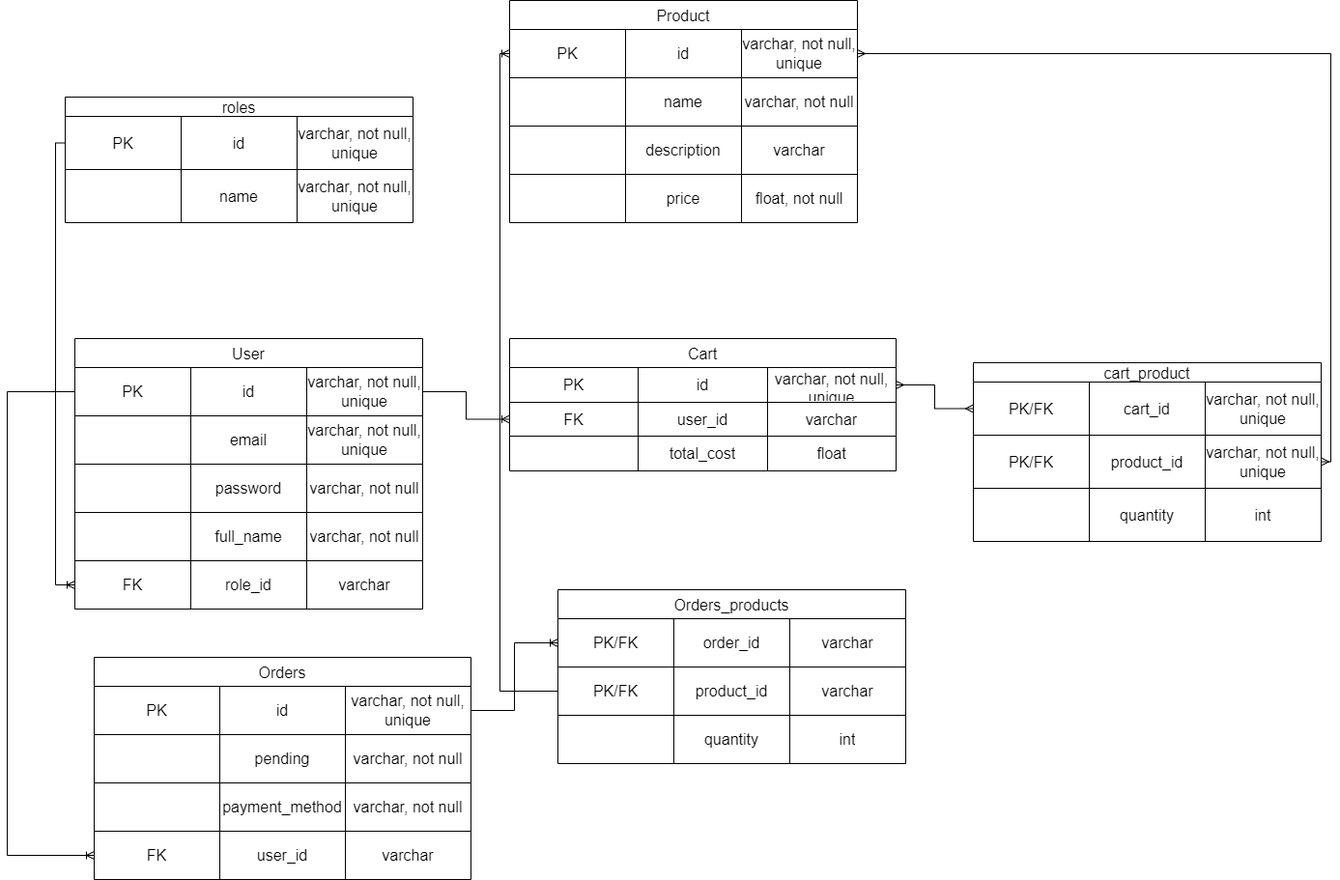
This is src/main/resources/db/shopERD.png from 040824-JAVA-SQL-REST/shop-project-tyler, a draw.io export, as it was before one commit. Source tidied: cells renumbered, new cells last; positions are measured from the earlier drawing's top-left corner, leaving out a move shared by most shapes.
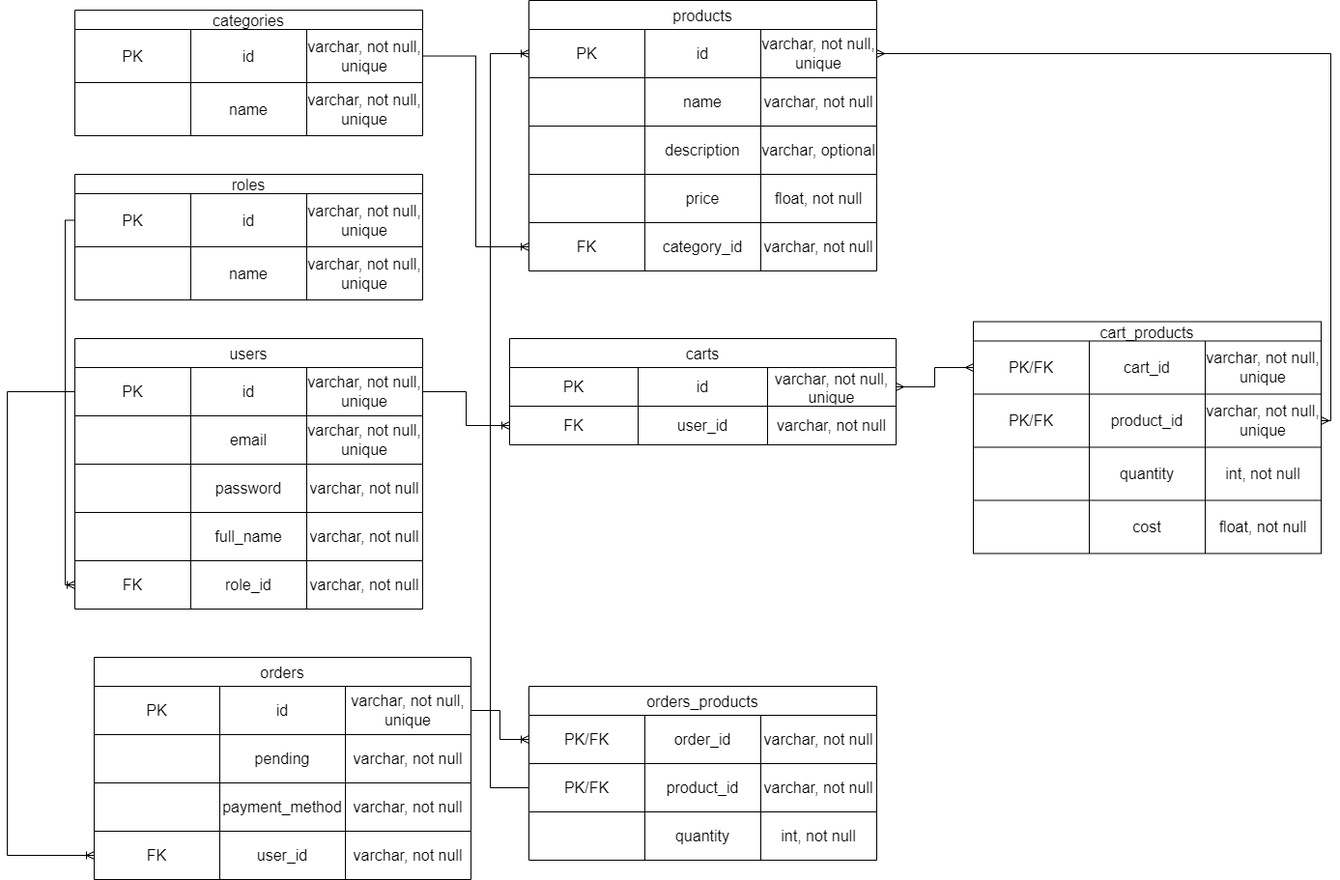
Later version of the same file.

Change to the diagram source:
```diff
@@ -7,3 +7,3 @@
     </mxCell>
-    <mxCell id="3" value="User" style="shape=table;startSize=30;strokeColor=default;fontSize=16;" parent="1" vertex="1">
+    <mxCell id="3" value="users" style="shape=table;startSize=30;strokeColor=default;fontSize=16;" parent="1" vertex="1">
       <mxGeometry x="70" y="350" width="360" height="280" as="geometry" />
@@ -67,3 +67,3 @@
     </mxCell>
-    <mxCell id="23" value="varchar" style="shape=partialRectangle;html=1;whiteSpace=wrap;strokeColor=inherit;overflow=hidden;fillColor=none;top=0;left=0;bottom=0;right=0;fontSize=16;" parent="20" vertex="1">
+    <mxCell id="23" value="varchar, not null" style="shape=partialRectangle;html=1;whiteSpace=wrap;strokeColor=inherit;overflow=hidden;fillColor=none;top=0;left=0;bottom=0;right=0;fontSize=16;" parent="20" vertex="1">
       <mxGeometry x="240" width="120" height="50" as="geometry" />
@@ -71,3 +71,3 @@
     <mxCell id="24" value="roles" style="shape=table;startSize=20;strokeColor=default;fontSize=16;" parent="1" vertex="1">
-      <mxGeometry x="60" y="100" width="360" height="130" as="geometry" />
+      <mxGeometry x="70" y="180" width="360" height="130" as="geometry" />
     </mxCell>
@@ -97,4 +97,4 @@
     </mxCell>
-    <mxCell id="33" value="Product" style="shape=table;startSize=30;strokeColor=default;fontSize=16;" parent="1" vertex="1">
-      <mxGeometry x="520" width="360" height="230" as="geometry" />
+    <mxCell id="33" value="products" style="shape=table;startSize=30;strokeColor=default;fontSize=16;" parent="1" vertex="1">
+      <mxGeometry x="540" width="360" height="280" as="geometry" />
     </mxCell>
@@ -133,3 +133,3 @@
     </mxCell>
-    <mxCell id="45" value="varchar" style="shape=partialRectangle;html=1;whiteSpace=wrap;strokeColor=inherit;overflow=hidden;fillColor=none;top=0;left=0;bottom=0;right=0;fontSize=16;" parent="42" vertex="1">
+    <mxCell id="45" value="varchar, optional" style="shape=partialRectangle;html=1;whiteSpace=wrap;strokeColor=inherit;overflow=hidden;fillColor=none;top=0;left=0;bottom=0;right=0;fontSize=16;" parent="42" vertex="1">
       <mxGeometry x="240" width="120" height="50" as="geometry" />
@@ -148,41 +148,41 @@
     </mxCell>
+    <mxCell id="113" style="shape=tableRow;horizontal=0;startSize=0;swimlaneHead=0;swimlaneBody=0;strokeColor=inherit;top=0;left=0;bottom=0;right=0;fillColor=none;points=[[0,0.5],[1,0.5]];portConstraint=eastwest;fontSize=16;" parent="33" vertex="1">
+      <mxGeometry y="230" width="360" height="50" as="geometry" />
+    </mxCell>
+    <mxCell id="114" value="FK" style="shape=partialRectangle;html=1;whiteSpace=wrap;strokeColor=inherit;overflow=hidden;fillColor=none;top=0;left=0;bottom=0;right=0;fontSize=16;" parent="113" vertex="1">
+      <mxGeometry width="120" height="50" as="geometry" />
+    </mxCell>
+    <mxCell id="115" value="category_id" style="shape=partialRectangle;html=1;whiteSpace=wrap;strokeColor=inherit;overflow=hidden;fillColor=none;top=0;left=0;bottom=0;right=0;fontSize=16;" parent="113" vertex="1">
+      <mxGeometry x="120" width="120" height="50" as="geometry" />
+    </mxCell>
+    <mxCell id="116" value="varchar, not null" style="shape=partialRectangle;html=1;whiteSpace=wrap;strokeColor=inherit;overflow=hidden;fillColor=none;top=0;left=0;bottom=0;right=0;fontSize=16;" parent="113" vertex="1">
+      <mxGeometry x="240" width="120" height="50" as="geometry" />
+    </mxCell>
-    <mxCell id="50" value="Cart" style="shape=table;startSize=30;strokeColor=default;fontSize=16;" parent="1" vertex="1">
-      <mxGeometry x="520" y="350" width="400" height="137" as="geometry" />
+    <mxCell id="50" value="carts" style="shape=table;startSize=30;strokeColor=default;fontSize=16;" parent="1" vertex="1">
+      <mxGeometry x="520" y="350" width="400" height="110" as="geometry" />
     </mxCell>
     <mxCell id="51" style="shape=tableRow;horizontal=0;startSize=0;swimlaneHead=0;swimlaneBody=0;strokeColor=inherit;top=0;left=0;bottom=0;right=0;fillColor=none;points=[[0,0.5],[1,0.5]];portConstraint=eastwest;fontSize=16;" parent="50" vertex="1">
-      <mxGeometry y="30" width="400" height="36" as="geometry" />
+      <mxGeometry y="30" width="400" height="40" as="geometry" />
     </mxCell>
     <mxCell id="52" value="PK" style="shape=partialRectangle;html=1;whiteSpace=wrap;strokeColor=inherit;overflow=hidden;fillColor=none;top=0;left=0;bottom=0;right=0;fontSize=16;" parent="51" vertex="1">
-      <mxGeometry width="133" height="36" as="geometry" />
+      <mxGeometry width="133" height="40" as="geometry" />
     </mxCell>
     <mxCell id="53" value="id" style="shape=partialRectangle;html=1;whiteSpace=wrap;strokeColor=inherit;overflow=hidden;fillColor=none;top=0;left=0;bottom=0;right=0;fontSize=16;" parent="51" vertex="1">
-      <mxGeometry x="133" width="134" height="36" as="geometry" />
+      <mxGeometry x="133" width="134" height="40" as="geometry" />
     </mxCell>
     <mxCell id="54" value="varchar, not null, unique" style="shape=partialRectangle;html=1;whiteSpace=wrap;strokeColor=inherit;overflow=hidden;fillColor=none;top=0;left=0;bottom=0;right=0;fontSize=16;" parent="51" vertex="1">
-      <mxGeometry x="267" width="133" height="36" as="geometry" />
+      <mxGeometry x="267" width="133" height="40" as="geometry" />
     </mxCell>
     <mxCell id="55" style="shape=tableRow;horizontal=0;startSize=0;swimlaneHead=0;swimlaneBody=0;strokeColor=inherit;top=0;left=0;bottom=0;right=0;fillColor=none;points=[[0,0.5],[1,0.5]];portConstraint=eastwest;fontSize=16;" parent="50" vertex="1">
-      <mxGeometry y="66" width="400" height="35" as="geometry" />
+      <mxGeometry y="70" width="400" height="40" as="geometry" />
     </mxCell>
     <mxCell id="56" value="FK" style="shape=partialRectangle;html=1;whiteSpace=wrap;strokeColor=inherit;overflow=hidden;fillColor=none;top=0;left=0;bottom=0;right=0;fontSize=16;" parent="55" vertex="1">
-      <mxGeometry width="133" height="35" as="geometry" />
+      <mxGeometry width="133" height="40" as="geometry" />
     </mxCell>
     <mxCell id="57" value="user_id" style="shape=partialRectangle;html=1;whiteSpace=wrap;strokeColor=inherit;overflow=hidden;fillColor=none;top=0;left=0;bottom=0;right=0;fontSize=16;" parent="55" vertex="1">
-      <mxGeometry x="133" width="134" height="35" as="geometry" />
+      <mxGeometry x="133" width="134" height="40" as="geometry" />
     </mxCell>
-    <mxCell id="58" value="varchar" style="shape=partialRectangle;html=1;whiteSpace=wrap;strokeColor=inherit;overflow=hidden;fillColor=none;top=0;left=0;bottom=0;right=0;fontSize=16;" parent="55" vertex="1">
-      <mxGeometry x="267" width="133" height="35" as="geometry" />
+    <mxCell id="58" value="varchar, not null" style="shape=partialRectangle;html=1;whiteSpace=wrap;strokeColor=inherit;overflow=hidden;fillColor=none;top=0;left=0;bottom=0;right=0;fontSize=16;" parent="55" vertex="1">
+      <mxGeometry x="267" width="133" height="40" as="geometry" />
     </mxCell>
-    <mxCell id="59" style="shape=tableRow;horizontal=0;startSize=0;swimlaneHead=0;swimlaneBody=0;strokeColor=inherit;top=0;left=0;bottom=0;right=0;fillColor=none;fontSize=16;" parent="50" vertex="1">
-      <mxGeometry y="101" width="400" height="36" as="geometry" />
-    </mxCell>
-    <mxCell id="60" style="shape=partialRectangle;html=1;whiteSpace=wrap;strokeColor=inherit;overflow=hidden;fillColor=none;top=0;left=0;bottom=0;right=0;fontSize=16;" parent="59" vertex="1">
-      <mxGeometry width="133" height="36" as="geometry" />
-    </mxCell>
-    <mxCell id="61" value="total_cost" style="shape=partialRectangle;html=1;whiteSpace=wrap;strokeColor=inherit;overflow=hidden;fillColor=none;top=0;left=0;bottom=0;right=0;fontSize=16;" parent="59" vertex="1">
-      <mxGeometry x="133" width="134" height="36" as="geometry" />
-    </mxCell>
-    <mxCell id="62" value="float" style="shape=partialRectangle;html=1;whiteSpace=wrap;strokeColor=inherit;overflow=hidden;fillColor=none;top=0;left=0;bottom=0;right=0;fontSize=16;" parent="59" vertex="1">
-      <mxGeometry x="267" width="133" height="36" as="geometry" />
-    </mxCell>
     <mxCell id="63" style="edgeStyle=orthogonalEdgeStyle;fontSize=12;html=1;endArrow=ERoneToMany;rounded=0;exitX=0;exitY=0.5;exitDx=0;exitDy=0;entryX=0;entryY=0.5;entryDx=0;entryDy=0;" parent="1" edge="1" source="25" target="20">
@@ -190,4 +190,4 @@
     </mxCell>
-    <mxCell id="64" value="cart_product" style="shape=table;startSize=20;strokeColor=default;fontSize=16;" parent="1" vertex="1">
-      <mxGeometry x="1000" y="375" width="360" height="185" as="geometry" />
+    <mxCell id="64" value="cart_products" style="shape=table;startSize=20;strokeColor=default;fontSize=16;" parent="1" vertex="1">
+      <mxGeometry x="1000" y="332.5" width="360" height="240" as="geometry" />
     </mxCell>
@@ -226,5 +226,17 @@
     </mxCell>
-    <mxCell id="76" value="int" style="shape=partialRectangle;html=1;whiteSpace=wrap;strokeColor=inherit;overflow=hidden;fillColor=none;top=0;left=0;bottom=0;right=0;fontSize=16;" parent="73" vertex="1">
+    <mxCell id="76" value="int, not null" style="shape=partialRectangle;html=1;whiteSpace=wrap;strokeColor=inherit;overflow=hidden;fillColor=none;top=0;left=0;bottom=0;right=0;fontSize=16;" parent="73" vertex="1">
       <mxGeometry x="240" width="120" height="55" as="geometry" />
     </mxCell>
+    <mxCell id="117" style="shape=tableRow;horizontal=0;startSize=0;swimlaneHead=0;swimlaneBody=0;strokeColor=inherit;top=0;left=0;bottom=0;right=0;fillColor=none;fontSize=16;" parent="64" vertex="1">
+      <mxGeometry y="185" width="360" height="55" as="geometry" />
+    </mxCell>
+    <mxCell id="118" style="shape=partialRectangle;html=1;whiteSpace=wrap;strokeColor=inherit;overflow=hidden;fillColor=none;top=0;left=0;bottom=0;right=0;fontSize=16;" parent="117" vertex="1">
+      <mxGeometry width="120" height="55" as="geometry" />
+    </mxCell>
+    <mxCell id="119" value="cost" style="shape=partialRectangle;html=1;whiteSpace=wrap;strokeColor=inherit;overflow=hidden;fillColor=none;top=0;left=0;bottom=0;right=0;fontSize=16;" parent="117" vertex="1">
+      <mxGeometry x="120" width="120" height="55" as="geometry" />
+    </mxCell>
+    <mxCell id="120" value="float, not null" style="shape=partialRectangle;html=1;whiteSpace=wrap;strokeColor=inherit;overflow=hidden;fillColor=none;top=0;left=0;bottom=0;right=0;fontSize=16;" parent="117" vertex="1">
+      <mxGeometry x="240" width="120" height="55" as="geometry" />
+    </mxCell>
     <mxCell id="77" style="fontSize=12;html=1;endArrow=ERoneToMany;rounded=0;entryX=0;entryY=0.5;entryDx=0;entryDy=0;exitX=1;exitY=0.5;exitDx=0;exitDy=0;edgeStyle=orthogonalEdgeStyle;" parent="1" edge="1" source="4" target="55">
@@ -238,3 +250,3 @@
     </mxCell>
-    <mxCell id="80" value="Orders" style="shape=table;startSize=30;strokeColor=default;fontSize=16;" parent="1" vertex="1">
+    <mxCell id="80" value="orders" style="shape=table;startSize=30;strokeColor=default;fontSize=16;" parent="1" vertex="1">
       <mxGeometry x="90" y="680" width="390" height="230" as="geometry" />
@@ -286,7 +298,7 @@
     </mxCell>
-    <mxCell id="96" value="varchar" style="shape=partialRectangle;html=1;whiteSpace=wrap;strokeColor=inherit;overflow=hidden;fillColor=none;top=0;left=0;bottom=0;right=0;fontSize=16;" parent="93" vertex="1">
+    <mxCell id="96" value="varchar, not null" style="shape=partialRectangle;html=1;whiteSpace=wrap;strokeColor=inherit;overflow=hidden;fillColor=none;top=0;left=0;bottom=0;right=0;fontSize=16;" parent="93" vertex="1">
       <mxGeometry x="260" width="130" height="50" as="geometry" />
     </mxCell>
-    <mxCell id="97" value="Orders_products" style="shape=table;startSize=30;strokeColor=default;fontSize=16;" parent="1" vertex="1">
-      <mxGeometry x="570" y="610" width="360" height="180" as="geometry" />
+    <mxCell id="97" value="orders_products" style="shape=table;startSize=30;strokeColor=default;fontSize=16;" parent="1" vertex="1">
+      <mxGeometry x="540" y="710" width="360" height="180" as="geometry" />
     </mxCell>
@@ -301,3 +313,3 @@
     </mxCell>
-    <mxCell id="101" value="varchar" style="shape=partialRectangle;html=1;whiteSpace=wrap;strokeColor=inherit;overflow=hidden;fillColor=none;top=0;left=0;bottom=0;right=0;fontSize=16;" parent="98" vertex="1">
+    <mxCell id="101" value="varchar, not null" style="shape=partialRectangle;html=1;whiteSpace=wrap;strokeColor=inherit;overflow=hidden;fillColor=none;top=0;left=0;bottom=0;right=0;fontSize=16;" parent="98" vertex="1">
       <mxGeometry x="240" width="120" height="50" as="geometry" />
@@ -313,3 +325,3 @@
     </mxCell>
-    <mxCell id="105" value="varchar" style="shape=partialRectangle;html=1;whiteSpace=wrap;strokeColor=inherit;overflow=hidden;fillColor=none;top=0;left=0;bottom=0;right=0;fontSize=16;" parent="102" vertex="1">
+    <mxCell id="105" value="varchar, not null" style="shape=partialRectangle;html=1;whiteSpace=wrap;strokeColor=inherit;overflow=hidden;fillColor=none;top=0;left=0;bottom=0;right=0;fontSize=16;" parent="102" vertex="1">
       <mxGeometry x="240" width="120" height="50" as="geometry" />
@@ -325,3 +337,3 @@
     </mxCell>
-    <mxCell id="109" value="int" style="shape=partialRectangle;html=1;whiteSpace=wrap;strokeColor=inherit;overflow=hidden;fillColor=none;top=0;left=0;bottom=0;right=0;fontSize=16;" parent="106" vertex="1">
+    <mxCell id="109" value="int, not null" style="shape=partialRectangle;html=1;whiteSpace=wrap;strokeColor=inherit;overflow=hidden;fillColor=none;top=0;left=0;bottom=0;right=0;fontSize=16;" parent="106" vertex="1">
       <mxGeometry x="240" width="120" height="50" as="geometry" />
@@ -340,4 +352,39 @@
     <mxCell id="112" style="edgeStyle=orthogonalEdgeStyle;fontSize=12;html=1;endArrow=ERoneToMany;rounded=0;exitX=0;exitY=0.5;exitDx=0;exitDy=0;entryX=0;entryY=0.5;entryDx=0;entryDy=0;" parent="1" edge="1" source="102" target="34">
-      <mxGeometry relative="1" as="geometry" />
+      <mxGeometry relative="1" as="geometry">
+        <Array as="points">
+          <mxPoint x="500" y="815" />
+          <mxPoint x="500" y="55" />
+        </Array>
+      </mxGeometry>
     </mxCell>
+    <mxCell id="121" value="categories" style="shape=table;startSize=20;strokeColor=default;fontSize=16;" parent="1" vertex="1">
+      <mxGeometry x="70" y="10" width="360" height="130" as="geometry" />
+    </mxCell>
+    <mxCell id="122" style="shape=tableRow;horizontal=0;startSize=0;swimlaneHead=0;swimlaneBody=0;strokeColor=inherit;top=0;left=0;bottom=0;right=0;fillColor=none;points=[[0,0.5],[1,0.5]];portConstraint=eastwest;fontSize=16;" parent="121" vertex="1">
+      <mxGeometry y="20" width="360" height="55" as="geometry" />
+    </mxCell>
+    <mxCell id="123" value="PK" style="shape=partialRectangle;html=1;whiteSpace=wrap;strokeColor=inherit;overflow=hidden;fillColor=none;top=0;left=0;bottom=0;right=0;fontSize=16;" parent="122" vertex="1">
+      <mxGeometry width="120" height="55" as="geometry" />
+    </mxCell>
+    <mxCell id="124" value="id" style="shape=partialRectangle;html=1;whiteSpace=wrap;strokeColor=inherit;overflow=hidden;fillColor=none;top=0;left=0;bottom=0;right=0;fontSize=16;" parent="122" vertex="1">
+      <mxGeometry x="120" width="120" height="55" as="geometry" />
+    </mxCell>
+    <mxCell id="125" value="varchar, not null, unique" style="shape=partialRectangle;html=1;whiteSpace=wrap;strokeColor=inherit;overflow=hidden;fillColor=none;top=0;left=0;bottom=0;right=0;fontSize=16;" parent="122" vertex="1">
+      <mxGeometry x="240" width="120" height="55" as="geometry" />
+    </mxCell>
+    <mxCell id="126" style="shape=tableRow;horizontal=0;startSize=0;swimlaneHead=0;swimlaneBody=0;strokeColor=inherit;top=0;left=0;bottom=0;right=0;fillColor=none;fontSize=16;" parent="121" vertex="1">
+      <mxGeometry y="75" width="360" height="55" as="geometry" />
+    </mxCell>
+    <mxCell id="127" style="shape=partialRectangle;html=1;whiteSpace=wrap;strokeColor=inherit;overflow=hidden;fillColor=none;top=0;left=0;bottom=0;right=0;fontSize=16;" parent="126" vertex="1">
+      <mxGeometry width="120" height="55" as="geometry" />
+    </mxCell>
+    <mxCell id="128" value="name" style="shape=partialRectangle;html=1;whiteSpace=wrap;strokeColor=inherit;overflow=hidden;fillColor=none;top=0;left=0;bottom=0;right=0;fontSize=16;" parent="126" vertex="1">
+      <mxGeometry x="120" width="120" height="55" as="geometry" />
+    </mxCell>
+    <mxCell id="129" value="varchar, not null, unique" style="shape=partialRectangle;html=1;whiteSpace=wrap;strokeColor=inherit;overflow=hidden;fillColor=none;top=0;left=0;bottom=0;right=0;fontSize=16;" parent="126" vertex="1">
+      <mxGeometry x="240" width="120" height="55" as="geometry" />
+    </mxCell>
+    <mxCell id="130" style="edgeStyle=orthogonalEdgeStyle;fontSize=12;html=1;endArrow=ERoneToMany;rounded=0;exitX=1;exitY=0.5;exitDx=0;exitDy=0;entryX=0;entryY=0.5;entryDx=0;entryDy=0;" parent="1" edge="1" source="122" target="113">
+      <mxGeometry relative="1" as="geometry" />
+    </mxCell>
   </root>
```
